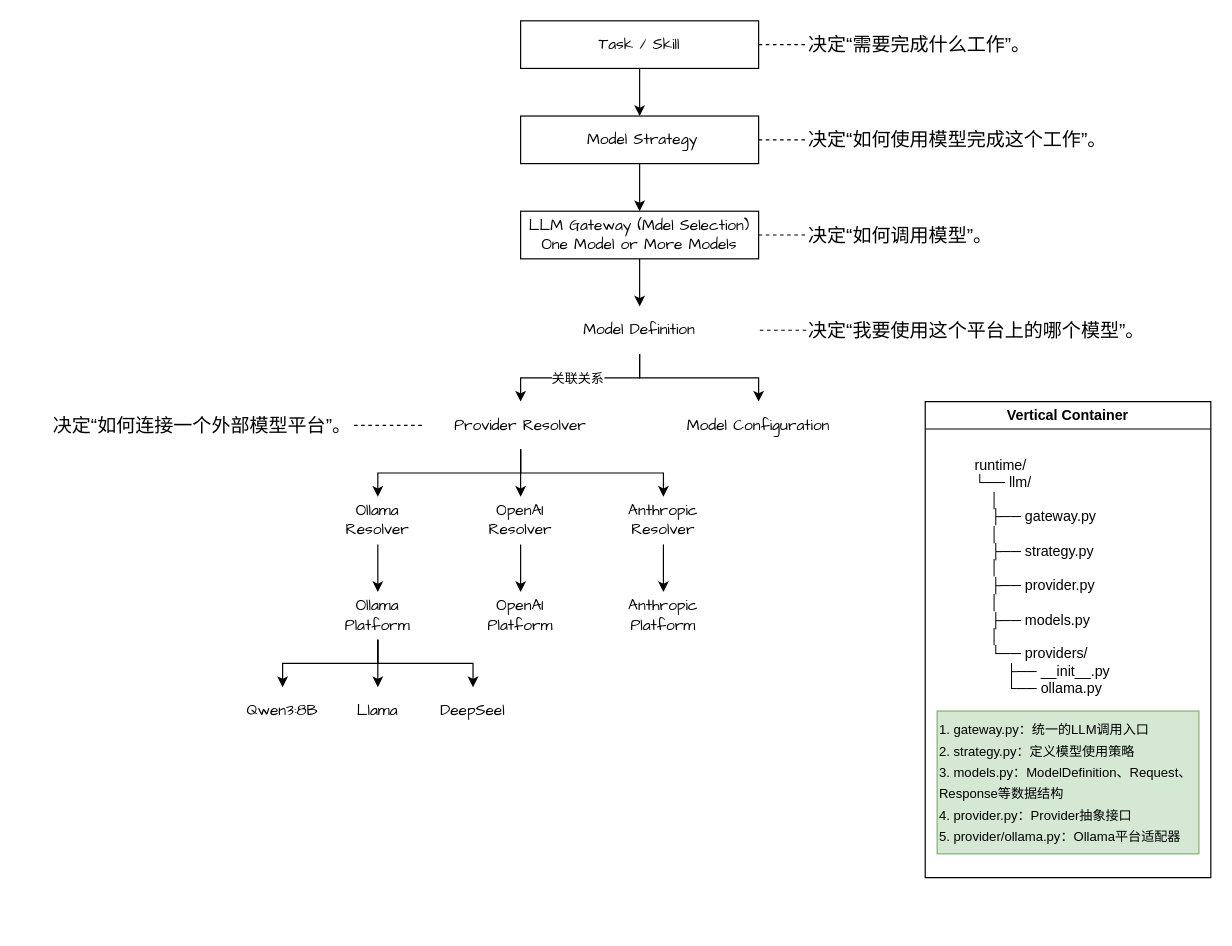
The draw.io diagram page "LLM设计" (4 of 4) of docs/Design Structure for Key Point.drawio in madderli/beivymate, before the edit. Source tidied: cells renumbered, new cells numbered last; positions are measured from the earlier drawing's top-left corner, leaving out a move shared by most shapes. Both pictures are drawn from the tidied source at 119%, with x=0, y=0 at pixel (20, 20).
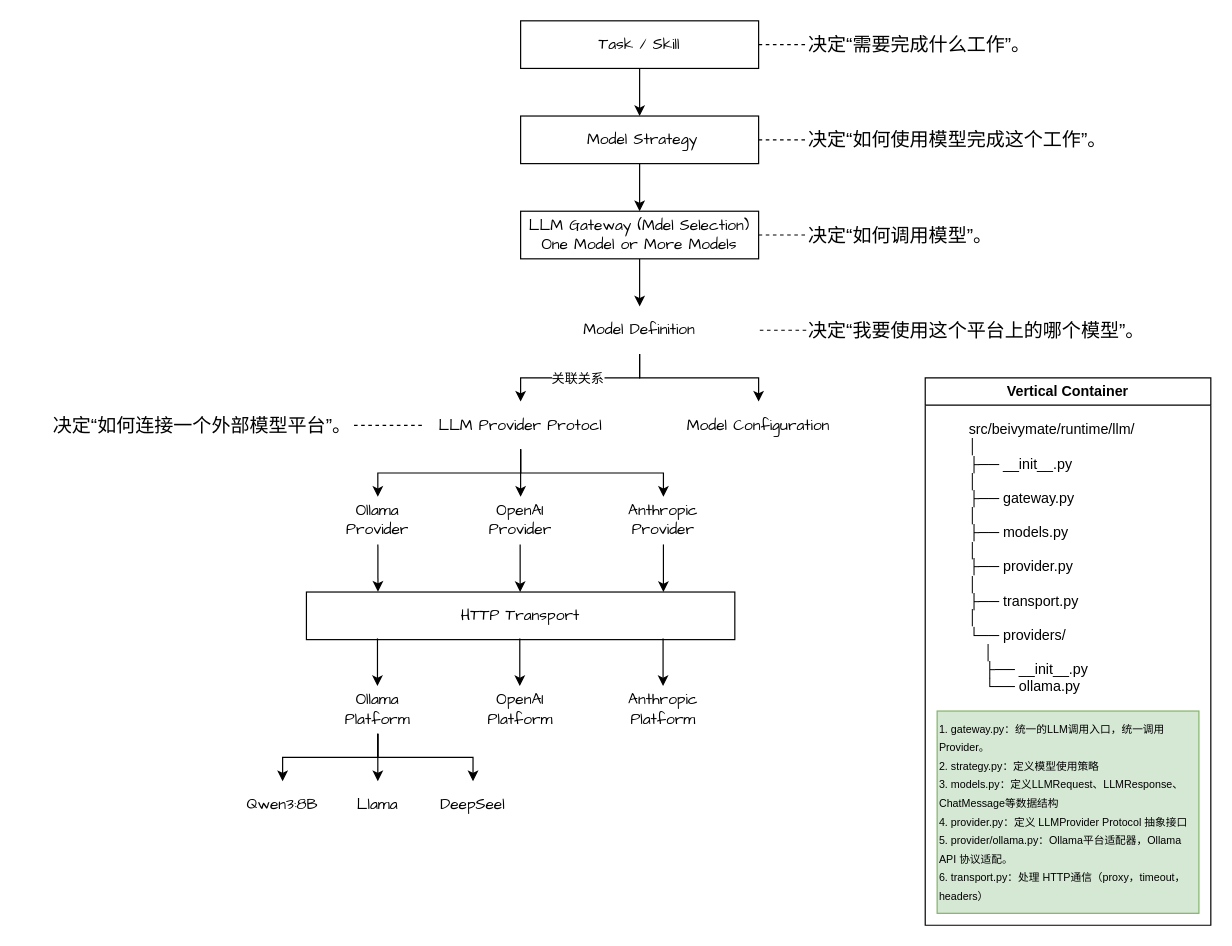
Above is the later version.

Commit message:
docs: Sync LLM structure file.

Diff of the diagram source:
```diff
@@
-    <mxCell id="25" value="&lt;span style=&quot;font-family: &amp;quot;Comic Sans MS&amp;quot;; font-size: 13px;&quot;&gt;Provider Resolver&lt;/span&gt;" style="text;html=1;align=center;verticalAlign=middle;whiteSpace=wrap;rounded=0;" parent="1" vertex="1">
+    <mxCell id="25" value="&lt;span style=&quot;font-family: &amp;quot;Comic Sans MS&amp;quot;; font-size: 13px;&quot;&gt;LLM Provider Protocl&lt;/span&gt;" style="text;html=1;align=center;verticalAlign=middle;whiteSpace=wrap;rounded=0;" parent="1" vertex="1">
       <mxGeometry x="340" y="320" width="160" height="40" as="geometry" />
     </mxCell>
@@
-    <mxCell id="27" style="edgeStyle=orthogonalEdgeStyle;rounded=0;jettySize=auto;html=1;" parent="1" edge="1" source="28" target="36">
-      <mxGeometry relative="1" as="geometry" />
-    </mxCell>
-    <mxCell id="28" value="&lt;span style=&quot;font-family: &amp;quot;Comic Sans MS&amp;quot;; font-size: 13px;&quot;&gt;Ollama Resolver&lt;/span&gt;" style="text;html=1;align=center;verticalAlign=middle;whiteSpace=wrap;rounded=0;" parent="1" vertex="1">
+    <mxCell id="28" value="&lt;span style=&quot;font-family: &amp;quot;Comic Sans MS&amp;quot;; font-size: 13px;&quot;&gt;Ollama Provider&lt;/span&gt;" style="text;html=1;align=center;verticalAlign=middle;whiteSpace=wrap;rounded=0;" parent="1" vertex="1">
       <mxGeometry x="260" y="400" width="80" height="40" as="geometry" />
     </mxCell>
-    <mxCell id="29" style="edgeStyle=orthogonalEdgeStyle;rounded=0;jettySize=auto;html=1;" parent="1" edge="1" source="30" target="37">
-      <mxGeometry relative="1" as="geometry" />
-    </mxCell>
-    <mxCell id="30" value="&lt;span style=&quot;font-family: &amp;quot;Comic Sans MS&amp;quot;; font-size: 13px;&quot;&gt;OpenAI Resolver&lt;/span&gt;" style="text;html=1;align=center;verticalAlign=middle;whiteSpace=wrap;rounded=0;" parent="1" vertex="1">
+    <mxCell id="30" value="&lt;span style=&quot;font-family: &amp;quot;Comic Sans MS&amp;quot;; font-size: 13px;&quot;&gt;OpenAI Provider&lt;/span&gt;" style="text;html=1;align=center;verticalAlign=middle;whiteSpace=wrap;rounded=0;" parent="1" vertex="1">
       <mxGeometry x="380" y="400" width="80" height="40" as="geometry" />
     </mxCell>
-    <mxCell id="31" style="edgeStyle=orthogonalEdgeStyle;rounded=0;jettySize=auto;html=1;" parent="1" edge="1" source="32" target="38">
-      <mxGeometry relative="1" as="geometry" />
-    </mxCell>
-    <mxCell id="32" value="&lt;span style=&quot;font-family: &amp;quot;Comic Sans MS&amp;quot;; font-size: 13px;&quot;&gt;Anthropic Resolver&lt;/span&gt;" style="text;html=1;align=center;verticalAlign=middle;whiteSpace=wrap;rounded=0;" parent="1" vertex="1">
+    <mxCell id="32" value="&lt;span style=&quot;font-family: &amp;quot;Comic Sans MS&amp;quot;; font-size: 13px;&quot;&gt;Anthropic Provider&lt;/span&gt;" style="text;html=1;align=center;verticalAlign=middle;whiteSpace=wrap;rounded=0;" parent="1" vertex="1">
       <mxGeometry x="500" y="400" width="80" height="40" as="geometry" />
     </mxCell>
@@
     <mxCell id="36" value="&lt;span style=&quot;font-family: &amp;quot;Comic Sans MS&amp;quot;; font-size: 13px;&quot;&gt;Ollama Platform&lt;/span&gt;" style="text;html=1;align=center;verticalAlign=middle;whiteSpace=wrap;rounded=0;" parent="1" vertex="1">
-      <mxGeometry x="260" y="480" width="80" height="40" as="geometry" />
+      <mxGeometry x="260" y="559" width="80" height="40" as="geometry" />
     </mxCell>
     <mxCell id="37" value="&lt;span style=&quot;font-family: &amp;quot;Comic Sans MS&amp;quot;; font-size: 13px;&quot;&gt;OpenAI Platform&lt;/span&gt;" style="text;html=1;align=center;verticalAlign=middle;whiteSpace=wrap;rounded=0;" parent="1" vertex="1">
-      <mxGeometry x="380" y="480" width="80" height="40" as="geometry" />
+      <mxGeometry x="380" y="559" width="80" height="40" as="geometry" />
     </mxCell>
     <mxCell id="38" value="&lt;span style=&quot;font-family: &amp;quot;Comic Sans MS&amp;quot;; font-size: 13px;&quot;&gt;Anthropic Platform&lt;/span&gt;" style="text;html=1;align=center;verticalAlign=middle;whiteSpace=wrap;rounded=0;" parent="1" vertex="1">
-      <mxGeometry x="500" y="480" width="80" height="40" as="geometry" />
+      <mxGeometry x="500" y="559" width="80" height="40" as="geometry" />
     </mxCell>
     <mxCell id="39" value="&lt;font face=&quot;Comic Sans MS&quot;&gt;&lt;span style=&quot;font-size: 13px;&quot;&gt;Qwen3:8B&lt;/span&gt;&lt;/font&gt;" style="text;html=1;align=center;verticalAlign=middle;whiteSpace=wrap;rounded=0;" parent="1" vertex="1">
-      <mxGeometry x="180" y="560" width="80" height="40" as="geometry" />
+      <mxGeometry x="180" y="639" width="80" height="40" as="geometry" />
     </mxCell>
     <mxCell id="40" value="Vertical Container" style="swimlane;whiteSpace=wrap;html=1;" parent="1" vertex="1">
-      <mxGeometry x="760" y="320" width="240" height="400" as="geometry" />
+      <mxGeometry x="760" y="300" width="240" height="460" as="geometry" />
     </mxCell>
-    <mxCell id="41" value="runtime/&#10;└── llm/&#10;    │&#10;    ├── gateway.py&#10;    │&#10;    ├── strategy.py&#10;    │&#10;    ├── provider.py&#10;    │&#10;    ├── models.py&#10;    │&#10;    └── providers/&#10;        ├── __init__.py&#10;        └── ollama.py" style="text;whiteSpace=wrap;" parent="40" vertex="1">
-      <mxGeometry x="40" y="40" width="160" height="230" as="geometry" />
-    </mxCell>
-    <mxCell id="42" value="&lt;div style=&quot;line-height: 150%;&quot;&gt;&lt;font style=&quot;font-size: 11px; line-height: 150%;&quot;&gt;1. gateway.py：统一的LLM调用入口&lt;/font&gt;&lt;div&gt;&lt;font style=&quot;font-size: 11px; line-height: 150%;&quot;&gt;2. strategy.py：定义模型使用策略&lt;/font&gt;&lt;/div&gt;&lt;div&gt;&lt;span style=&quot;font-size: 11px; line-height: 150%;&quot;&gt;3. models.py：ModelDefinition、Request、Response等数据结构&lt;/span&gt;&lt;/div&gt;&lt;div&gt;&lt;span style=&quot;font-size: 11px; line-height: 150%;&quot;&gt;4. provider.py：Provider抽象接口&lt;/span&gt;&lt;/div&gt;&lt;div&gt;&lt;span style=&quot;font-size: 11px; line-height: 150%;&quot;&gt;5. provider/ollama.py：Ollama平台适配器&lt;/span&gt;&lt;/div&gt;&lt;/div&gt;" style="text;html=1;align=left;verticalAlign=middle;whiteSpace=wrap;rounded=0;fillColor=#d5e8d4;strokeColor=#82b366;" parent="40" vertex="1">
-      <mxGeometry x="10" y="260" width="220" height="120" as="geometry" />
+    <mxCell id="42" value="&lt;div style=&quot;line-height: 130%;&quot;&gt;&lt;font style=&quot;font-size: 9px; line-height: 130%;&quot;&gt;1. gateway.py：统一的LLM调用入口，统一调用Provider。&lt;/font&gt;&lt;div&gt;&lt;font style=&quot;font-size: 9px; line-height: 130%;&quot;&gt;2. strategy.py：定义模型使用策略&lt;/font&gt;&lt;/div&gt;&lt;div&gt;&lt;span&gt;&lt;font style=&quot;font-size: 9px; line-height: 130%;&quot;&gt;3. models.py：定义LLMRequest、LLMResponse、ChatMessage等数据结构&lt;/font&gt;&lt;/span&gt;&lt;/div&gt;&lt;div&gt;&lt;span&gt;&lt;font style=&quot;font-size: 9px; line-height: 130%;&quot;&gt;4. provider.py：定义 LLMProvider Protocol 抽象接口&lt;/font&gt;&lt;/span&gt;&lt;/div&gt;&lt;div&gt;&lt;span&gt;&lt;font style=&quot;font-size: 9px; line-height: 130%;&quot;&gt;5. provider/ollama.py：Ollama平台适配器，Ollama API 协议适配。&lt;/font&gt;&lt;/span&gt;&lt;/div&gt;&lt;div&gt;&lt;span&gt;&lt;font style=&quot;font-size: 9px; line-height: 130%;&quot;&gt;6. transport.py：处理 HTTP通信（proxy，timeout， headers）&lt;/font&gt;&lt;/span&gt;&lt;/div&gt;&lt;/div&gt;" style="text;html=1;align=left;verticalAlign=middle;whiteSpace=wrap;rounded=0;fillColor=#d5e8d4;strokeColor=#82b366;" parent="40" vertex="1">
+      <mxGeometry x="10" y="280" width="220" height="170" as="geometry" />
     </mxCell>
+    <mxCell id="45" value="src/beivymate/runtime/llm/&#10;│&#10;├── __init__.py&#10;│&#10;├── gateway.py&#10;│&#10;├── models.py&#10;│&#10;├── provider.py&#10;│&#10;├── transport.py&#10;│&#10;└── providers/&#10;    │&#10;    ├── __init__.py&#10;    └── ollama.py" style="text;whiteSpace=wrap;" parent="40" vertex="1">
+      <mxGeometry x="35" y="30" width="170" height="240" as="geometry" />
+    </mxCell>
     <mxCell id="43" value="&lt;font face=&quot;Comic Sans MS&quot;&gt;&lt;span style=&quot;font-size: 13px;&quot;&gt;Llama&lt;/span&gt;&lt;/font&gt;" style="text;html=1;align=center;verticalAlign=middle;whiteSpace=wrap;rounded=0;" parent="1" vertex="1">
-      <mxGeometry x="260" y="560" width="80" height="40" as="geometry" />
+      <mxGeometry x="260" y="639" width="80" height="40" as="geometry" />
     </mxCell>
     <mxCell id="44" value="&lt;font face=&quot;Comic Sans MS&quot;&gt;&lt;span style=&quot;font-size: 13px;&quot;&gt;DeepSeel&lt;/span&gt;&lt;/font&gt;" style="text;html=1;align=center;verticalAlign=middle;whiteSpace=wrap;rounded=0;" parent="1" vertex="1">
-      <mxGeometry x="340" y="560" width="80" height="40" as="geometry" />
+      <mxGeometry x="340" y="639" width="80" height="40" as="geometry" />
     </mxCell>
+    <mxCell id="46" value="&lt;span style=&quot;font-family: &amp;quot;Comic Sans MS&amp;quot;; font-size: 13px;&quot;&gt;HTTP Transport&lt;/span&gt;" style="text;html=1;align=center;verticalAlign=middle;whiteSpace=wrap;rounded=0;strokeColor=default;" parent="1" vertex="1">
+      <mxGeometry x="240" y="480" width="360" height="40" as="geometry" />
+    </mxCell>
+    <mxCell id="47" style="endArrow=classic;html=1;rounded=0;entryX=0.167;entryY=-0.007;entryDx=0;entryDy=0;entryPerimeter=0;" parent="1" edge="1" source="28" target="46">
+      <mxGeometry relative="1" as="geometry" />
+    </mxCell>
+    <mxCell id="48" style="endArrow=classic;html=1;rounded=0;exitX=0.5;exitY=1;exitDx=0;exitDy=0;entryX=0.167;entryY=-0.007;entryDx=0;entryDy=0;entryPerimeter=0;" parent="1" edge="1">
+      <mxGeometry relative="1" as="geometry">
+        <mxPoint x="419.6" y="440" as="sourcePoint" />
+        <mxPoint x="419.6" y="480" as="targetPoint" />
+      </mxGeometry>
+    </mxCell>
+    <mxCell id="49" style="endArrow=classic;html=1;rounded=0;exitX=0.5;exitY=1;exitDx=0;exitDy=0;entryX=0.167;entryY=-0.007;entryDx=0;entryDy=0;entryPerimeter=0;" parent="1" edge="1">
+      <mxGeometry relative="1" as="geometry">
+        <mxPoint x="540" y="440" as="sourcePoint" />
+        <mxPoint x="540" y="480" as="targetPoint" />
+      </mxGeometry>
+    </mxCell>
+    <mxCell id="50" style="endArrow=classic;html=1;rounded=0;entryX=0.167;entryY=-0.007;entryDx=0;entryDy=0;entryPerimeter=0;" parent="1" edge="1">
+      <mxGeometry relative="1" as="geometry">
+        <mxPoint x="299.7" y="519" as="sourcePoint" />
+        <mxPoint x="299.7" y="559" as="targetPoint" />
+      </mxGeometry>
+    </mxCell>
+    <mxCell id="51" style="endArrow=classic;html=1;rounded=0;exitX=0.5;exitY=1;exitDx=0;exitDy=0;entryX=0.167;entryY=-0.007;entryDx=0;entryDy=0;entryPerimeter=0;" parent="1" edge="1">
+      <mxGeometry relative="1" as="geometry">
+        <mxPoint x="419.3" y="519" as="sourcePoint" />
+        <mxPoint x="419.3" y="559" as="targetPoint" />
+      </mxGeometry>
+    </mxCell>
+    <mxCell id="52" style="endArrow=classic;html=1;rounded=0;exitX=0.5;exitY=1;exitDx=0;exitDy=0;entryX=0.167;entryY=-0.007;entryDx=0;entryDy=0;entryPerimeter=0;" parent="1" edge="1">
+      <mxGeometry relative="1" as="geometry">
+        <mxPoint x="539.7" y="519" as="sourcePoint" />
+        <mxPoint x="539.7" y="559" as="targetPoint" />
+      </mxGeometry>
+    </mxCell>
```
